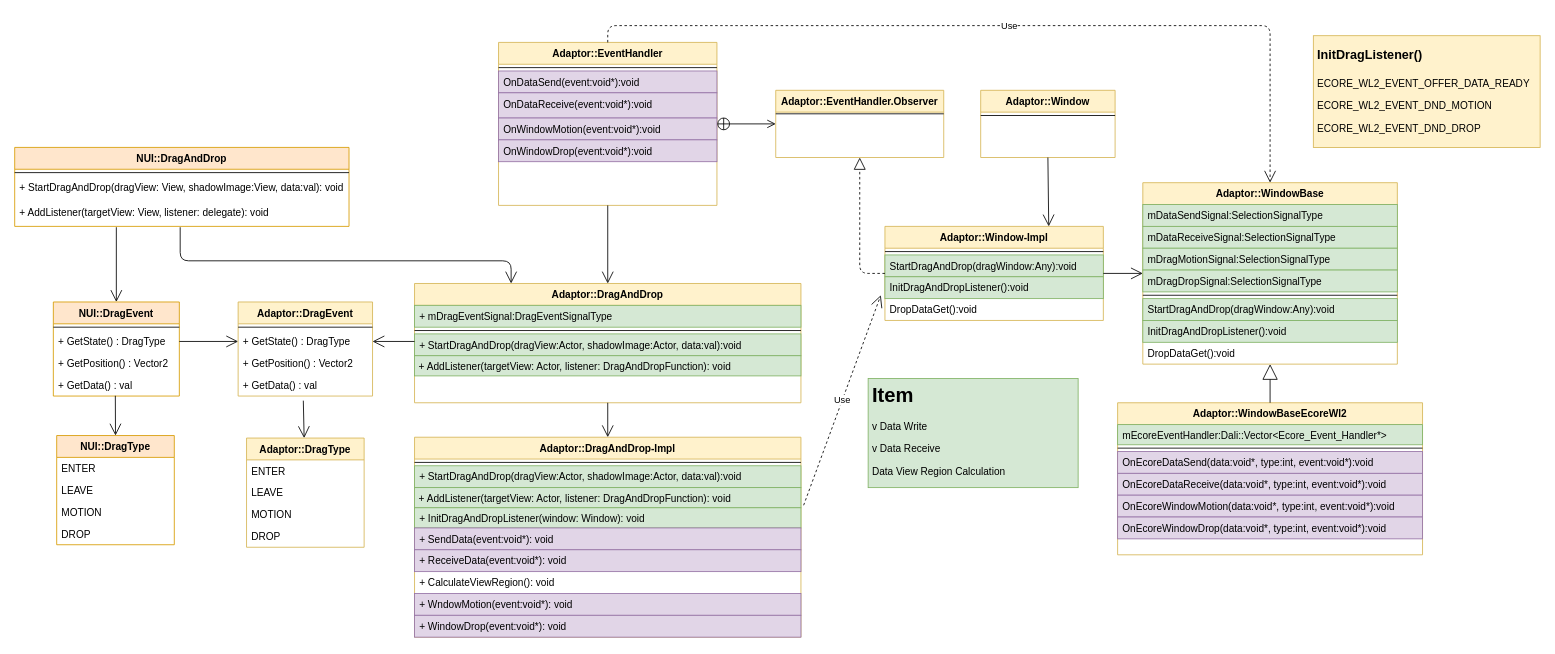
Earlier version of the draw.io diagram page "Page-4" (4 of 10) of Untitled Diagram.drawio (taehyub/drawio). Source tidied: cells renumbered, new cells numbered last; positions are measured from the earlier drawing's top-left corner, leaving out a move shared by most shapes. Both pictures are drawn from the tidied source at 84%, with x=0, y=0 at pixel (14, 25).
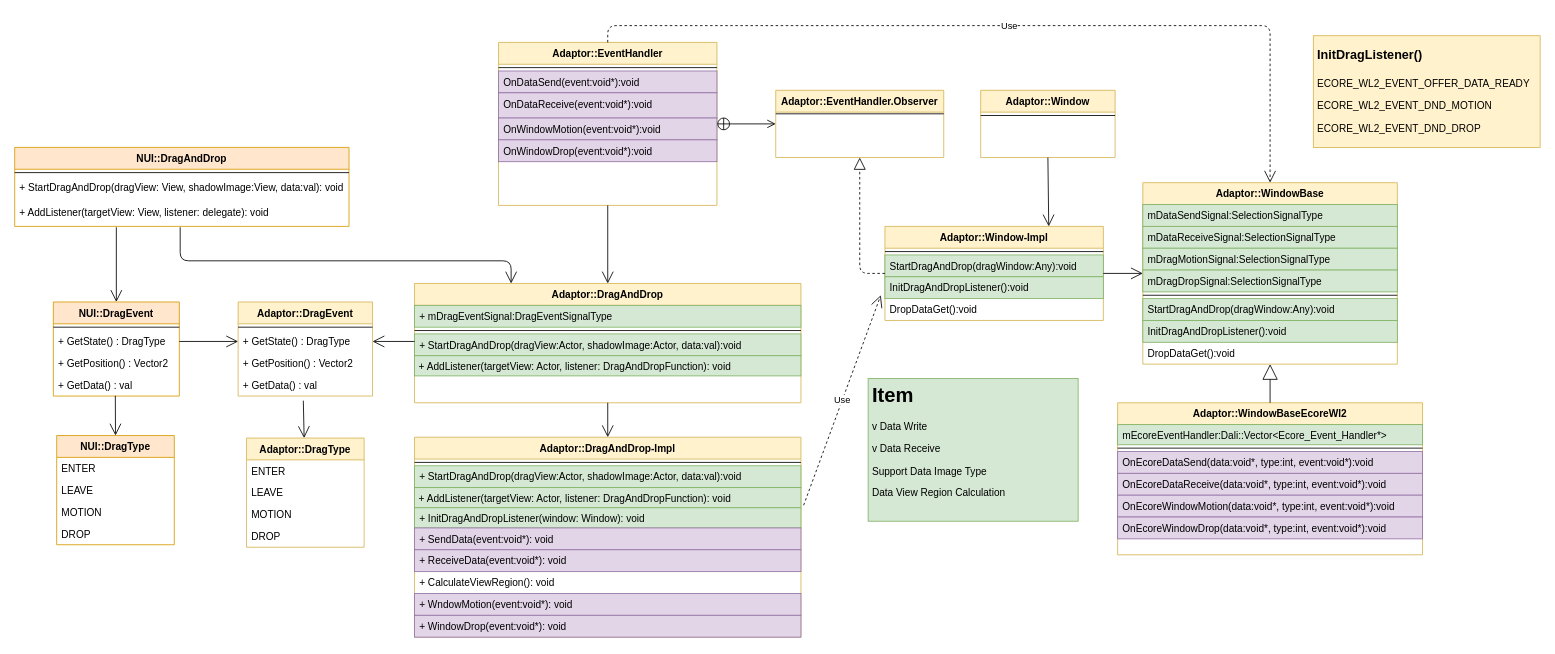
The same page after the edit.

Change to the diagram source:
```diff
@@
-    <mxCell id="88" value="&lt;h1&gt;Item&lt;br&gt;&lt;/h1&gt;&lt;p&gt;v Data Write&lt;/p&gt;&lt;p&gt;v Data Receive&lt;/p&gt;&lt;p&gt;Data View Region Calculation&lt;br&gt;&lt;/p&gt;" style="text;html=1;strokeColor=#82b366;fillColor=#d5e8d4;spacing=5;spacingTop=-20;whiteSpace=wrap;overflow=hidden;rounded=0;" parent="1" vertex="1">
-      <mxGeometry x="1016" y="420" width="250" height="130" as="geometry" />
+    <mxCell id="88" value="&lt;h1&gt;Item&lt;br&gt;&lt;/h1&gt;&lt;p&gt;v Data Write&lt;/p&gt;&lt;p&gt;v Data Receive&lt;/p&gt;&lt;p&gt;Support Data Image Type&lt;br&gt;&lt;/p&gt;&lt;p&gt;Data View Region Calculation&lt;br&gt;&lt;/p&gt;" style="text;html=1;strokeColor=#82b366;fillColor=#d5e8d4;spacing=5;spacingTop=-20;whiteSpace=wrap;overflow=hidden;rounded=0;" parent="1" vertex="1">
+      <mxGeometry x="1016" y="420" width="250" height="170" as="geometry" />
     </mxCell>
```
